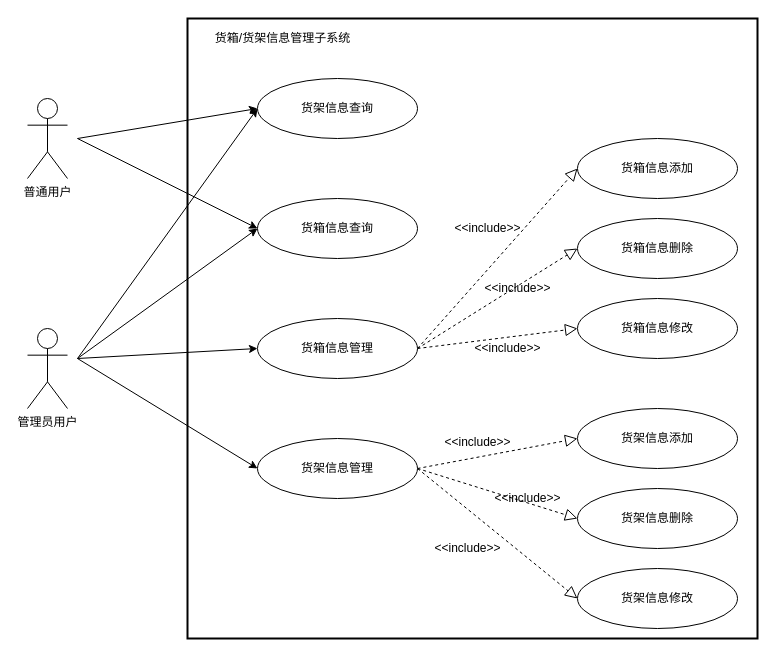
Above: page "货箱/货架信息管理子系统" (12 of 15) of DT-1.drawio in TeasusZt/DT-NEW (draw.io), before the change. Source tidied: cells renumbered, new cells numbered last; positions are measured from the earlier drawing's top-left corner, leaving out a move shared by most shapes. Both pictures are drawn from the tidied source at 100%, with x=0, y=0 at pixel (27, 18).
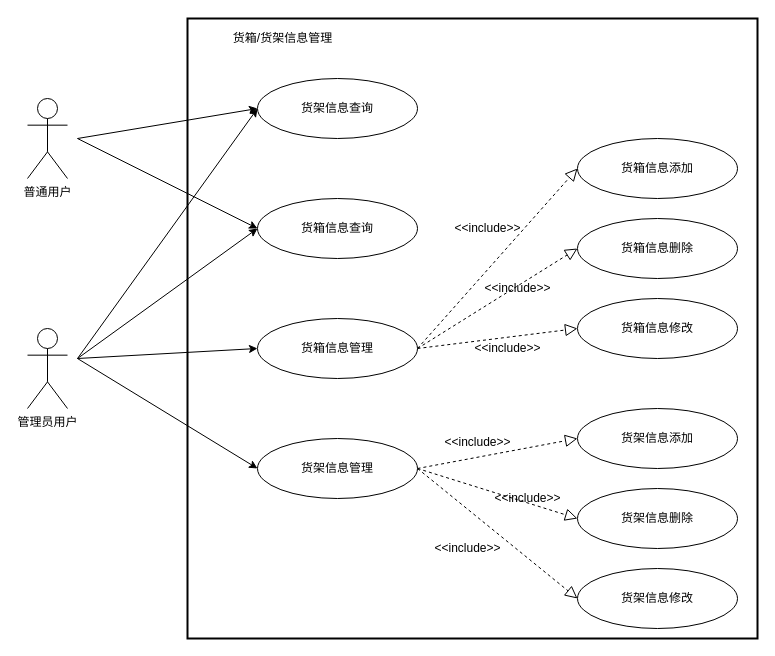
Above is the later version.

Diff of the diagram source:
```diff
@@
-    <mxCell id="27" value="货箱/货架信息管理子系统" style="text;html=1;align=center;verticalAlign=middle;" parent="1" vertex="1">
-      <mxGeometry x="180" y="10" width="150" height="20" as="geometry" />
+    <mxCell id="27" value="货箱/货架信息管理" style="text;html=1;align=center;verticalAlign=middle;" parent="1" vertex="1">
+      <mxGeometry x="200" y="10" width="110" height="20" as="geometry" />
     </mxCell>
```
